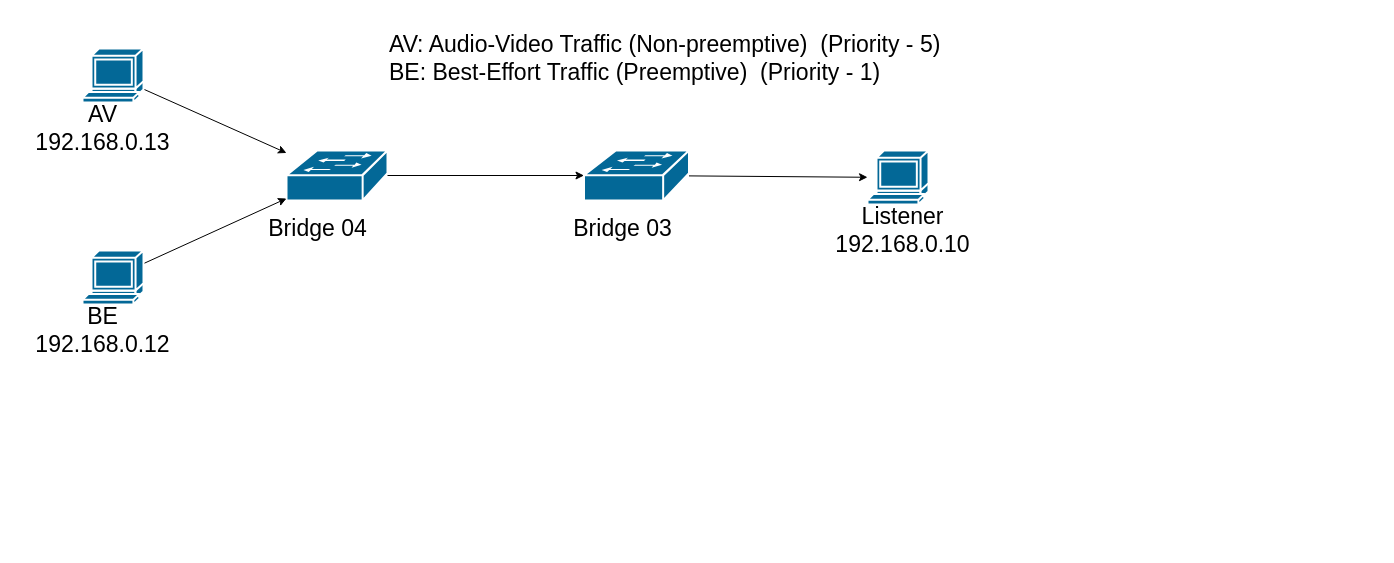
This is high_level.drawio from deepsea52418/Time-Sensitive-Network-Verification-via-TTTech-Evaluation-Board, a draw.io file, before an edit. Source tidied: cells renumbered, new cells numbered last; positions are measured from the earlier drawing's top-left corner, leaving out a move shared by most shapes. Both pictures are drawn from the tidied source at 100%, with x=0, y=0 at pixel (27, 48).
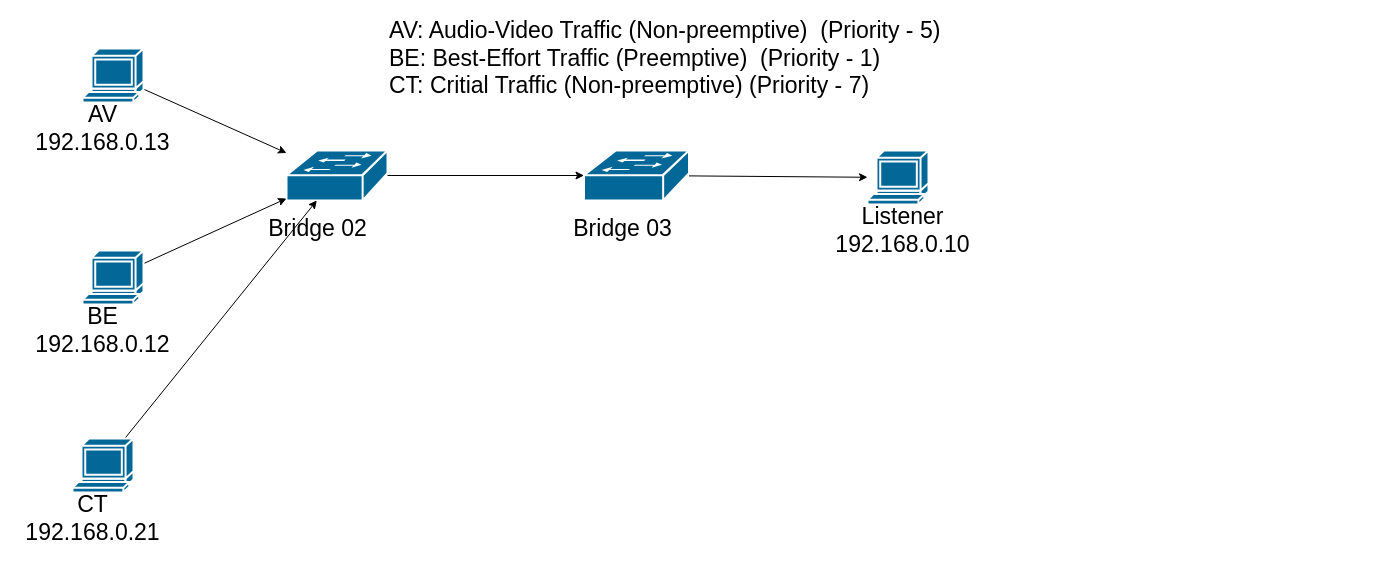
After the change.

Change to the diagram source:
```diff
@@
 <mxGraphModel>
   <root>
     <mxCell id="0" />
     <mxCell id="1" parent="0" />
     <mxCell id="2" style="edgeStyle=none;html=1;rounded=0;" parent="1" edge="1" source="3" target="6">
       <mxGeometry relative="1" as="geometry" />
     </mxCell>
     <mxCell id="3" style="shape=mxgraph.cisco.computers_and_peripherals.terminal;sketch=0;html=1;dashed=0;fillColor=#036897;strokeColor=#ffffff;strokeWidth=2;verticalLabelPosition=bottom;verticalAlign=top;align=center;outlineConnect=0;direction=east;" parent="1" vertex="1">
       <mxGeometry x="55" width="61" height="54" as="geometry" />
     </mxCell>
     <mxCell id="4" style="shape=mxgraph.cisco.computers_and_peripherals.terminal;sketch=0;html=1;dashed=0;fillColor=#036897;strokeColor=#ffffff;strokeWidth=2;verticalLabelPosition=bottom;verticalAlign=top;align=center;outlineConnect=0;direction=east;" parent="1" vertex="1">
       <mxGeometry x="840" y="102" width="61" height="54" as="geometry" />
     </mxCell>
     <mxCell id="5" style="edgeStyle=none;html=1;" parent="1" edge="1" source="6" target="8">
       <mxGeometry relative="1" as="geometry" />
     </mxCell>
     <mxCell id="6" style="shape=mxgraph.cisco.switches.workgroup_switch;sketch=0;html=1;dashed=0;fillColor=#036897;strokeColor=#ffffff;strokeWidth=2;verticalLabelPosition=bottom;verticalAlign=top;align=center;outlineConnect=0;direction=east;" parent="1" vertex="1">
       <mxGeometry x="259" y="102" width="101" height="50" as="geometry" />
     </mxCell>
     <mxCell id="7" style="edgeStyle=none;html=1;" parent="1" edge="1" source="8" target="4">
       <mxGeometry relative="1" as="geometry" />
     </mxCell>
     <mxCell id="8" style="shape=mxgraph.cisco.switches.workgroup_switch;sketch=0;html=1;dashed=0;fillColor=#036897;strokeColor=#ffffff;strokeWidth=2;verticalLabelPosition=bottom;verticalAlign=top;align=center;outlineConnect=0;direction=east;" parent="1" vertex="1">
       <mxGeometry x="556.5" y="102" width="105" height="50" as="geometry" />
     </mxCell>
-    <mxCell id="9" value="&lt;font style=&quot;font-size: 23px&quot;&gt;Bridge 04&lt;br&gt;&lt;/font&gt;" style="text;html=1;align=center;verticalAlign=middle;fillColor=none;strokeColor=none;rounded=0;" parent="1" vertex="1">
+    <mxCell id="9" value="&lt;font style=&quot;font-size: 23px&quot;&gt;Bridge 02&lt;br&gt;&lt;/font&gt;" style="text;html=1;align=center;verticalAlign=middle;fillColor=none;strokeColor=none;rounded=0;" parent="1" vertex="1">
       <mxGeometry x="235" y="170" width="110" height="20" as="geometry" />
     </mxCell>
     <mxCell id="10" value="&lt;font style=&quot;font-size: 23px&quot;&gt;Bridge 03&lt;br&gt;&lt;/font&gt;" style="text;html=1;align=center;verticalAlign=middle;fillColor=none;strokeColor=none;rounded=0;" parent="1" vertex="1">
       <mxGeometry x="540" y="170" width="110" height="20" as="geometry" />
     </mxCell>
     <mxCell id="11" value="&lt;font style=&quot;font-size: 23px&quot;&gt;AV&lt;br&gt;192.168.0.13&lt;br&gt;&lt;/font&gt;" style="text;html=1;align=center;verticalAlign=middle;fillColor=none;strokeColor=none;rounded=0;" parent="1" vertex="1">
       <mxGeometry y="60" width="150" height="40" as="geometry" />
     </mxCell>
     <mxCell id="12" value="&lt;font style=&quot;font-size: 23px&quot;&gt;Listener&lt;br&gt;192.168.0.10&lt;br&gt;&lt;/font&gt;" style="text;html=1;align=center;verticalAlign=middle;fillColor=none;strokeColor=none;rounded=0;" parent="1" vertex="1">
       <mxGeometry x="800" y="162" width="150" height="40" as="geometry" />
     </mxCell>
     <mxCell id="13" style="edgeStyle=none;html=1;" parent="1" edge="1" source="14" target="6">
       <mxGeometry relative="1" as="geometry" />
     </mxCell>
     <mxCell id="14" style="shape=mxgraph.cisco.computers_and_peripherals.terminal;sketch=0;html=1;dashed=0;fillColor=#036897;strokeColor=#ffffff;strokeWidth=2;verticalLabelPosition=bottom;verticalAlign=top;align=center;outlineConnect=0;direction=east;" parent="1" vertex="1">
       <mxGeometry x="55" y="202" width="61" height="54" as="geometry" />
     </mxCell>
     <mxCell id="15" value="&lt;font style=&quot;font-size: 23px&quot;&gt;BE&lt;br&gt;192.168.0.12&lt;br&gt;&lt;/font&gt;" style="text;html=1;align=center;verticalAlign=middle;fillColor=none;strokeColor=none;rounded=0;" parent="1" vertex="1">
       <mxGeometry y="262" width="150" height="40" as="geometry" />
     </mxCell>
-    <mxCell id="16" value="&lt;font style=&quot;font-size: 23px&quot;&gt;AV: Audio-Video Traffic (Non-preemptive)&amp;nbsp; (Priority - 5)&lt;br&gt;BE: Best-Effort Traffic (Preemptive)&amp;nbsp; (Priority - 1)&amp;nbsp;&lt;/font&gt;" style="text;html=1;strokeColor=none;fillColor=none;align=left;verticalAlign=middle;whiteSpace=wrap;rounded=0;" parent="1" vertex="1">
+    <mxCell id="16" value="&lt;font style=&quot;font-size: 23px&quot;&gt;AV: Audio-Video Traffic (Non-preemptive)&amp;nbsp; (Priority - 5)&lt;br&gt;BE: Best-Effort Traffic (Preemptive)&amp;nbsp; (Priority - 1)&amp;nbsp;&lt;br&gt;CT: Critial Traffic (Non-preemptive) (Priority - 7)&lt;br&gt;&lt;/font&gt;" style="text;html=1;strokeColor=none;fillColor=none;align=left;verticalAlign=middle;whiteSpace=wrap;rounded=0;" parent="1" vertex="1">
       <mxGeometry x="360" width="990" height="20" as="geometry" />
     </mxCell>
+    <mxCell id="17" style="edgeStyle=none;html=1;" parent="1" edge="1" source="18" target="6">
+      <mxGeometry relative="1" as="geometry" />
+    </mxCell>
+    <mxCell id="18" style="shape=mxgraph.cisco.computers_and_peripherals.terminal;sketch=0;html=1;dashed=0;fillColor=#036897;strokeColor=#ffffff;strokeWidth=2;verticalLabelPosition=bottom;verticalAlign=top;align=center;outlineConnect=0;direction=east;" parent="1" vertex="1">
+      <mxGeometry x="45" y="390" width="61" height="54" as="geometry" />
+    </mxCell>
+    <mxCell id="19" value="&lt;font style=&quot;font-size: 23px&quot;&gt;CT&lt;br&gt;192.168.0.21&lt;br&gt;&lt;/font&gt;" style="text;html=1;align=center;verticalAlign=middle;fillColor=none;strokeColor=none;rounded=0;" parent="1" vertex="1">
+      <mxGeometry x="-10" y="450" width="150" height="40" as="geometry" />
+    </mxCell>
   </root>
 </mxGraphModel>
```
